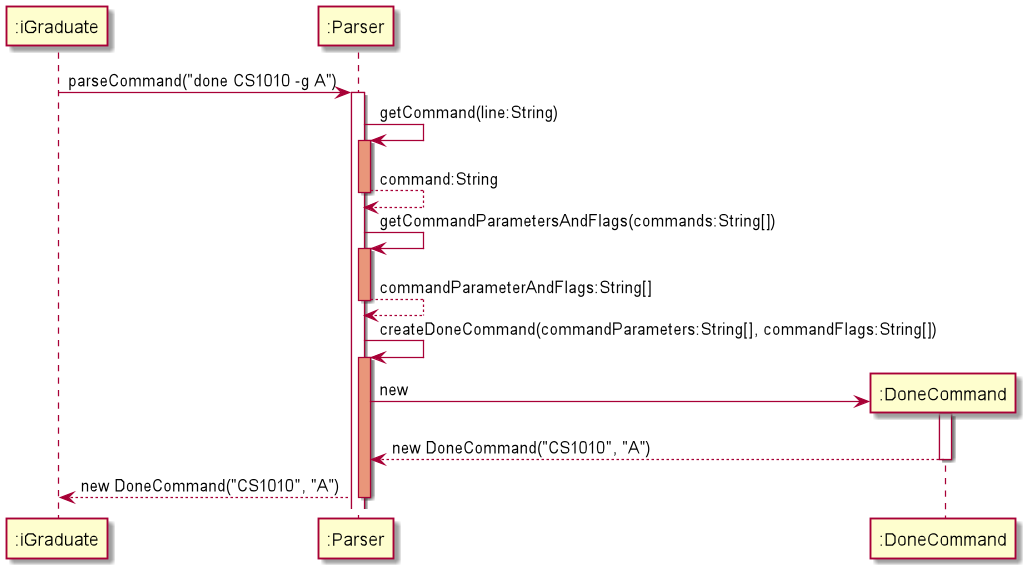
The PlantUML diagram docs/images/ParserSequenceDiagram.png in oscarlai1998/tp, before a commit.
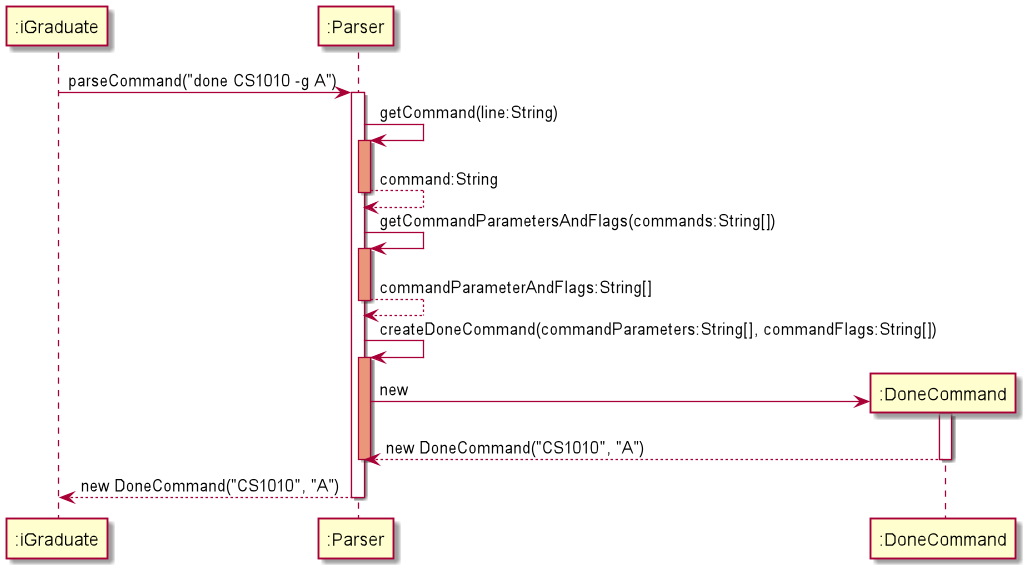
After the commit.

Commit message:
Add sequence diagram for UpdateCommand, fix bugs in other sequence diagrams

The edit, as a diff of the source:
```diff
@@ -22,7 +22,7 @@
 activate DoneCommand
 DoneCommand --> Parser: new DoneCommand("CS1010", "A")
 deactivate DoneCommand
-
+deactivate Parser
 Parser --> iGraduate: new DoneCommand("CS1010", "A")
 
 deactivate Parser
```
